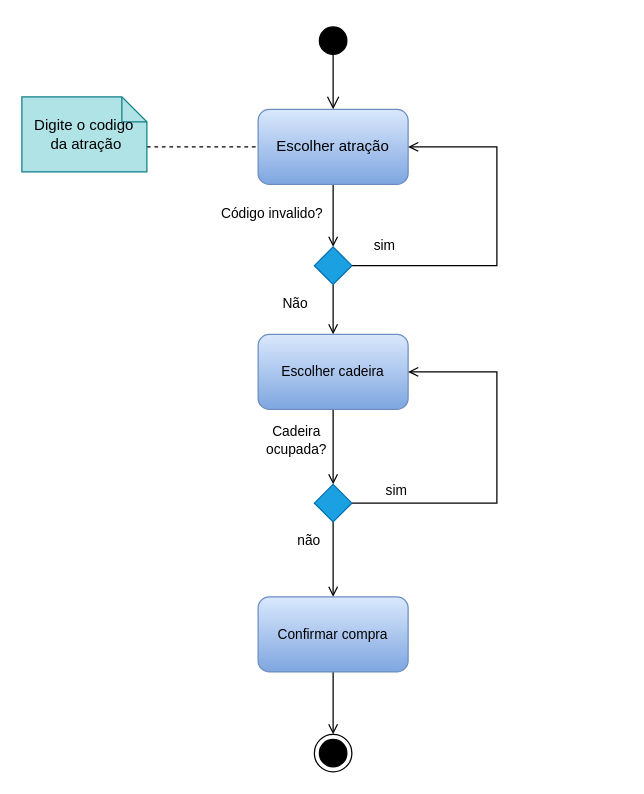
Above: Diagrama de atividade - Compra de ingressos.drawio in JudilenaGalvao/Projeto-POO (draw.io), before the change. Source tidied: cells renumbered, new cells numbered last; positions are measured from the earlier drawing's top-left corner, leaving out a move shared by most shapes. Both pictures are drawn from the tidied source at 125%, with x=0, y=0 at pixel (21, 21).
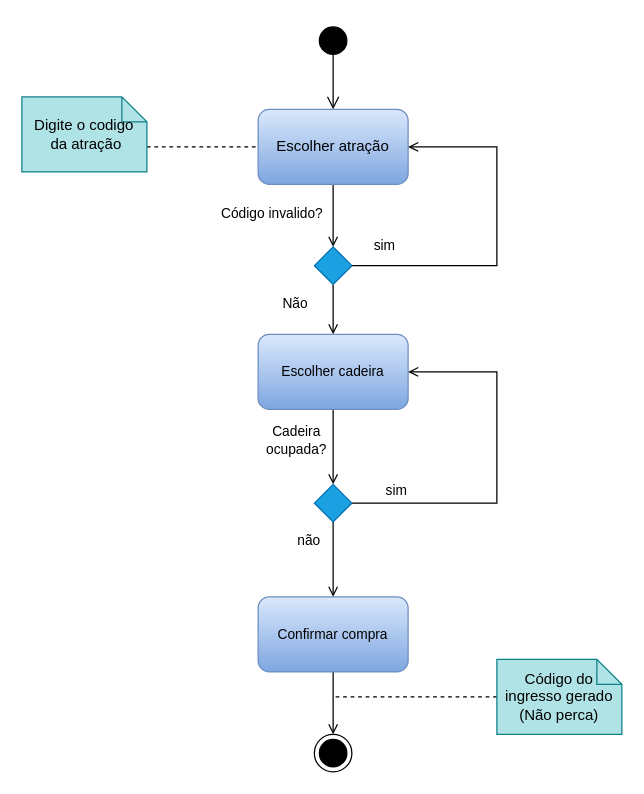
The same page after the edit.

Change to the diagram source:
```diff
@@
+    <mxCell id="25" style="edgeStyle=orthogonalEdgeStyle;shape=connector;rounded=0;jettySize=auto;html=1;exitX=0;exitY=0.5;exitDx=0;exitDy=0;exitPerimeter=0;labelBackgroundColor=default;strokeColor=default;fontFamily=Helvetica;fontSize=11;fontColor=default;endArrow=none;endFill=0;dashed=1;" parent="1" edge="1" source="26">
+      <mxGeometry relative="1" as="geometry">
+        <mxPoint x="250" y="540" as="targetPoint" />
+      </mxGeometry>
+    </mxCell>
+    <mxCell id="26" value="Código do ingresso gerado (Não perca)" style="shape=note;size=20;whiteSpace=wrap;html=1;fillColor=#b0e3e6;strokeColor=#0e8088;" parent="1" vertex="1">
+      <mxGeometry x="380" y="510" width="100" height="60" as="geometry" />
+    </mxCell>
```
